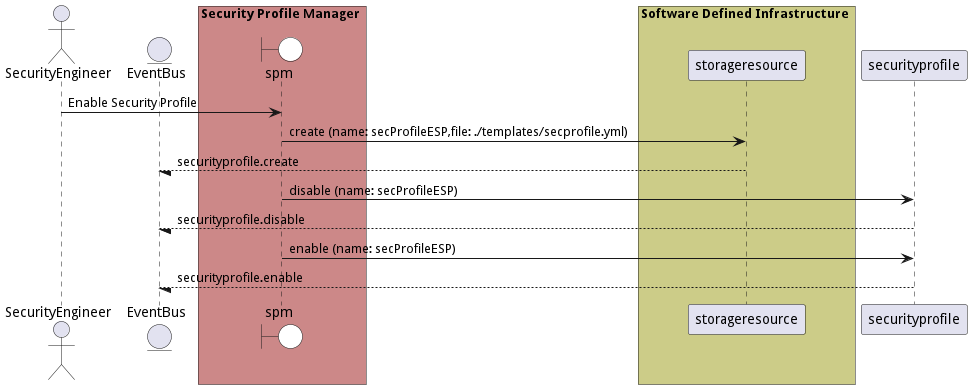
madajaju/edgemere keeps this PlantUML diagram as docs/edgemere/sa/spm/usecases/managesecurityprofiles/EnableSecurityProfile.png. Above is the earlier version.
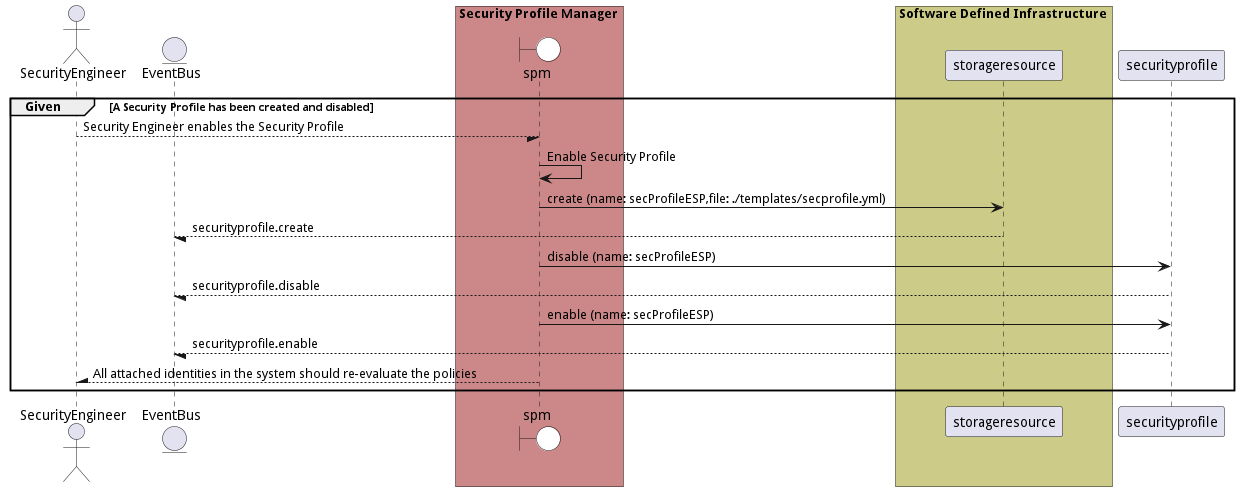
The same diagram one commit later.

Change to the diagram source:
```diff
@@ -1,4 +1,5 @@
 @startuml
+
 
 actor "SecurityEngineer"
 
@@ -17,8 +18,10 @@
 box Security Profile Manager #cc8888
     end box
 
+group Given [A Security Profile has been created and disabled]
 
-"SecurityEngineer" -> spm: Enable Security Profile
+"SecurityEngineer" --/ spm: Security Engineer enables the Security Profile
+"spm" -> spm: Enable Security Profile
 
     spm -> "storageresource": create (name: secProfileESP,file: ./templates/secprofile.yml)
 
@@ -34,4 +37,9 @@
 
 
 
+"SecurityEngineer" /-- spm: All attached identities in the system should re-evaluate the policies
+
+
+end
+
 @enduml
```
